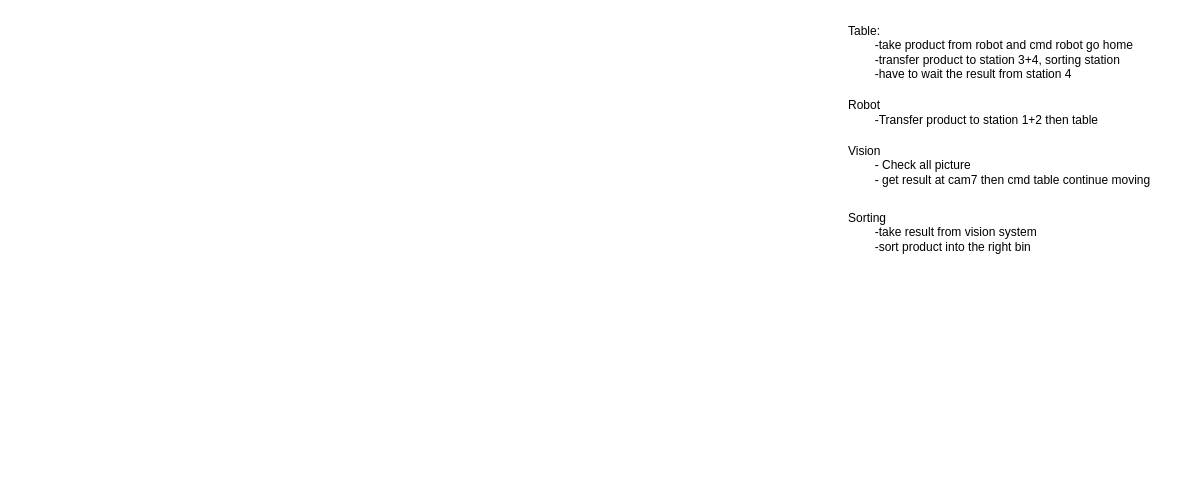
huyjim1996/AOI-Machine keeps this draw.io diagram as page "State EM" (6 of 6) of Untitled Diagram.drawio. Above is the earlier version. Source tidied: cells renumbered, new cells numbered last; positions are measured from the earlier drawing's top-left corner, leaving out a move shared by most shapes. Both pictures are drawn from the tidied source at 100%, with x=0, y=0 at pixel (846, 17).
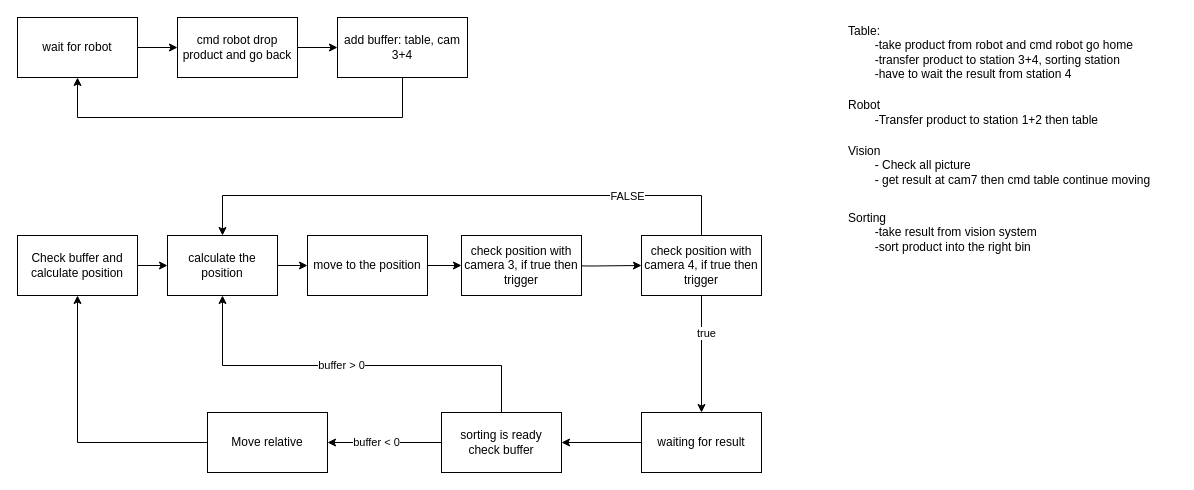
After the change.

The edit, as a diff of the source:
```diff
@@
+    <mxCell id="6" style="edgeStyle=orthogonalEdgeStyle;rounded=0;jettySize=auto;html=1;" parent="1" edge="1" source="7" target="9">
+      <mxGeometry relative="1" as="geometry" />
+    </mxCell>
+    <mxCell id="7" value="wait for robot" style="whiteSpace=wrap;html=1;" parent="1" vertex="1">
+      <mxGeometry x="-829" width="120" height="60" as="geometry" />
+    </mxCell>
+    <mxCell id="8" style="edgeStyle=orthogonalEdgeStyle;rounded=0;jettySize=auto;html=1;" parent="1" edge="1" source="9" target="11">
+      <mxGeometry relative="1" as="geometry" />
+    </mxCell>
+    <mxCell id="9" value="cmd robot drop product and go back" style="whiteSpace=wrap;html=1;" parent="1" vertex="1">
+      <mxGeometry x="-669" width="120" height="60" as="geometry" />
+    </mxCell>
+    <mxCell id="10" style="edgeStyle=orthogonalEdgeStyle;rounded=0;jettySize=auto;html=1;entryX=0.5;entryY=1;entryDx=0;entryDy=0;" parent="1" edge="1" source="11" target="7">
+      <mxGeometry relative="1" as="geometry">
+        <Array as="points">
+          <mxPoint x="-444" y="100" />
+          <mxPoint x="-769" y="100" />
+        </Array>
+      </mxGeometry>
+    </mxCell>
+    <mxCell id="11" value="&lt;span style=&quot;background-color: initial;&quot;&gt;add buffer: table, cam 3+4&lt;/span&gt;" style="whiteSpace=wrap;html=1;align=center;strokeWidth=1;" parent="1" vertex="1">
+      <mxGeometry x="-509" width="130" height="60" as="geometry" />
+    </mxCell>
+    <mxCell id="12" style="edgeStyle=orthogonalEdgeStyle;rounded=0;jettySize=auto;html=1;" parent="1" edge="1" target="18">
+      <mxGeometry relative="1" as="geometry">
+        <mxPoint x="-305" y="248" as="sourcePoint" />
+      </mxGeometry>
+    </mxCell>
+    <mxCell id="13" value="check position with camera 3, if true then trigger" style="whiteSpace=wrap;html=1;align=center;strokeWidth=1;" parent="1" vertex="1">
+      <mxGeometry x="-385" y="218" width="120" height="60" as="geometry" />
+    </mxCell>
+    <mxCell id="14" style="edgeStyle=orthogonalEdgeStyle;rounded=0;jettySize=auto;html=1;" parent="1" edge="1" source="18" target="20">
+      <mxGeometry relative="1" as="geometry" />
+    </mxCell>
+    <mxCell id="15" value="true" style="edgeLabel;html=1;align=center;verticalAlign=middle;" parent="14" vertex="1">
+      <mxGeometry x="-0.37" y="4" relative="1" as="geometry" />
+    </mxCell>
+    <mxCell id="16" style="edgeStyle=orthogonalEdgeStyle;rounded=0;jettySize=auto;html=1;entryX=0.5;entryY=0;entryDx=0;entryDy=0;" parent="1" edge="1" source="18" target="22">
+      <mxGeometry relative="1" as="geometry">
+        <Array as="points">
+          <mxPoint x="-145" y="178" />
+          <mxPoint x="-624" y="178" />
+        </Array>
+      </mxGeometry>
+    </mxCell>
+    <mxCell id="17" value="FALSE" style="edgeLabel;html=1;align=center;verticalAlign=middle;" parent="16" vertex="1">
+      <mxGeometry x="-0.59" relative="1" as="geometry" />
+    </mxCell>
+    <mxCell id="18" value="check position with camera 4, if true then trigger" style="whiteSpace=wrap;html=1;align=center;strokeWidth=1;" parent="1" vertex="1">
+      <mxGeometry x="-205" y="218" width="120" height="60" as="geometry" />
+    </mxCell>
+    <mxCell id="19" style="edgeStyle=orthogonalEdgeStyle;rounded=0;jettySize=auto;html=1;" parent="1" edge="1" source="20" target="31">
+      <mxGeometry relative="1" as="geometry" />
+    </mxCell>
+    <mxCell id="20" value="waiting for result" style="whiteSpace=wrap;html=1;strokeWidth=1;" parent="1" vertex="1">
+      <mxGeometry x="-205" y="395" width="120" height="60" as="geometry" />
+    </mxCell>
+    <mxCell id="21" style="edgeStyle=orthogonalEdgeStyle;rounded=0;jettySize=auto;html=1;" parent="1" edge="1" source="22" target="26">
+      <mxGeometry relative="1" as="geometry" />
+    </mxCell>
+    <mxCell id="22" value="&lt;span style=&quot;background-color: initial; text-align: left;&quot;&gt;calculate the position&lt;/span&gt;" style="whiteSpace=wrap;html=1;" parent="1" vertex="1">
+      <mxGeometry x="-679" y="218" width="110" height="60" as="geometry" />
+    </mxCell>
+    <mxCell id="23" style="edgeStyle=orthogonalEdgeStyle;rounded=0;jettySize=auto;html=1;" parent="1" edge="1" source="24" target="22">
+      <mxGeometry relative="1" as="geometry" />
+    </mxCell>
+    <mxCell id="24" value="Check buffer and calculate position" style="whiteSpace=wrap;html=1;" parent="1" vertex="1">
+      <mxGeometry x="-829" y="218" width="120" height="60" as="geometry" />
+    </mxCell>
+    <mxCell id="25" style="edgeStyle=orthogonalEdgeStyle;rounded=0;jettySize=auto;html=1;exitX=1;exitY=0.5;exitDx=0;exitDy=0;entryX=0;entryY=0.5;entryDx=0;entryDy=0;" parent="1" edge="1" source="26" target="13">
+      <mxGeometry relative="1" as="geometry" />
+    </mxCell>
+    <mxCell id="26" value="&lt;span style=&quot;text-align: left;&quot;&gt;move to the position&lt;/span&gt;" style="whiteSpace=wrap;html=1;" parent="1" vertex="1">
+      <mxGeometry x="-539" y="218" width="120" height="60" as="geometry" />
+    </mxCell>
+    <mxCell id="27" style="edgeStyle=orthogonalEdgeStyle;rounded=0;jettySize=auto;html=1;" parent="1" edge="1" source="31" target="33">
+      <mxGeometry relative="1" as="geometry" />
+    </mxCell>
+    <mxCell id="28" value="buffer &amp;lt; 0" style="edgeLabel;html=1;align=center;verticalAlign=middle;" parent="27" vertex="1">
+      <mxGeometry x="0.16" y="-1" relative="1" as="geometry" />
+    </mxCell>
+    <mxCell id="29" style="edgeStyle=orthogonalEdgeStyle;rounded=0;jettySize=auto;html=1;entryX=0.5;entryY=1;entryDx=0;entryDy=0;" parent="1" edge="1" source="31" target="22">
+      <mxGeometry relative="1" as="geometry">
+        <Array as="points">
+          <mxPoint x="-345" y="348" />
+          <mxPoint x="-624" y="348" />
+        </Array>
+      </mxGeometry>
+    </mxCell>
+    <mxCell id="30" value="buffer &amp;gt; 0" style="edgeLabel;html=1;align=center;verticalAlign=middle;" parent="29" vertex="1">
+      <mxGeometry x="0.05" y="-1" relative="1" as="geometry" />
+    </mxCell>
+    <mxCell id="31" value="sorting is ready&lt;div&gt;check buffer&lt;/div&gt;" style="whiteSpace=wrap;html=1;strokeWidth=1;" parent="1" vertex="1">
+      <mxGeometry x="-405" y="395" width="120" height="60" as="geometry" />
+    </mxCell>
+    <mxCell id="32" style="edgeStyle=orthogonalEdgeStyle;rounded=0;jettySize=auto;html=1;entryX=0.5;entryY=1;entryDx=0;entryDy=0;" parent="1" edge="1" source="33" target="24">
+      <mxGeometry relative="1" as="geometry" />
+    </mxCell>
+    <mxCell id="33" value="Move relative" style="whiteSpace=wrap;html=1;strokeWidth=1;" parent="1" vertex="1">
+      <mxGeometry x="-639" y="395" width="120" height="60" as="geometry" />
+    </mxCell>
```
